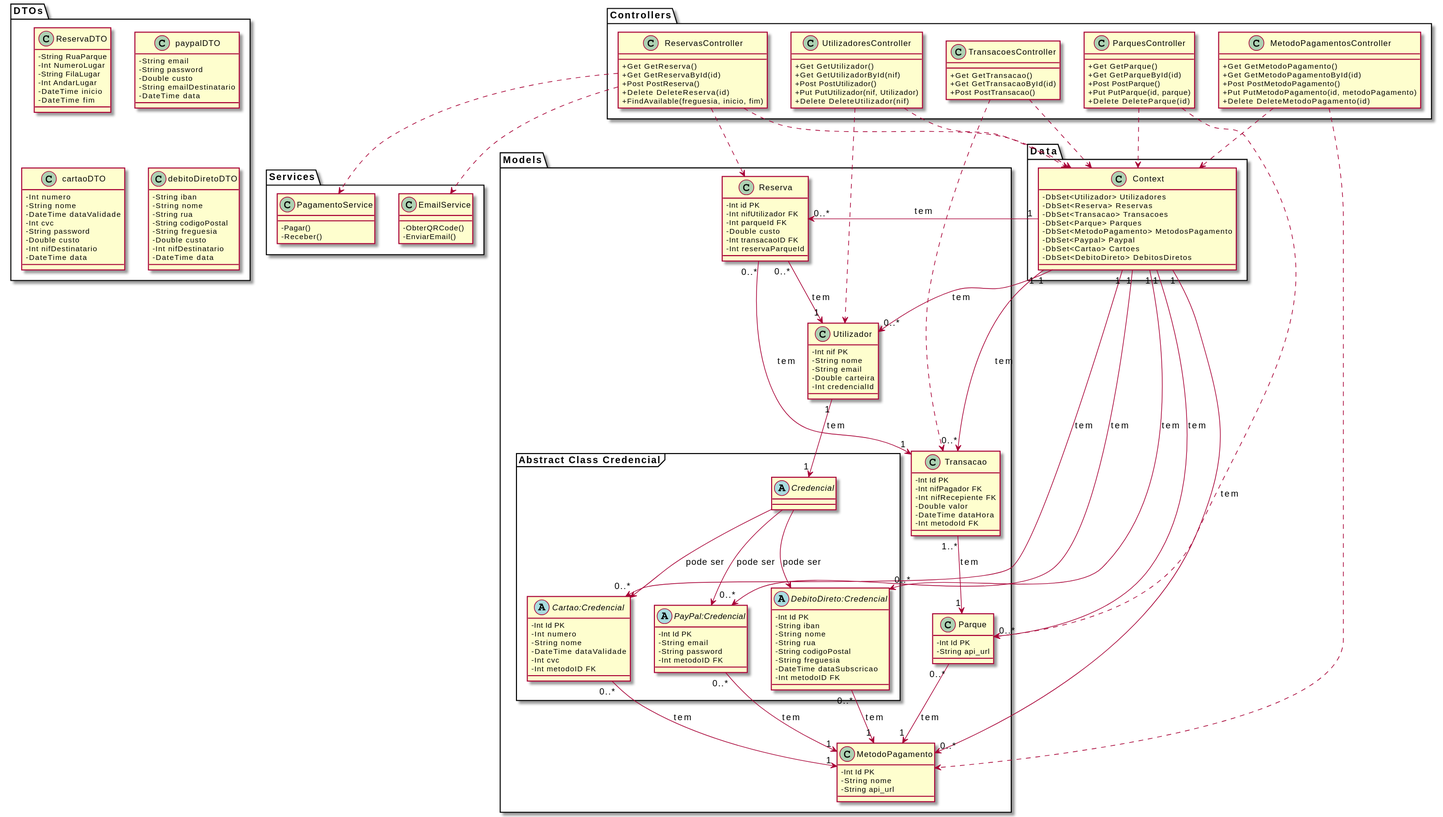
This is Documentos/Sprint3/Design OO/CD.svg from UPskillDOTNET/Jakim-das-Coives-S.A., a PlantUML export, as it was before one commit.
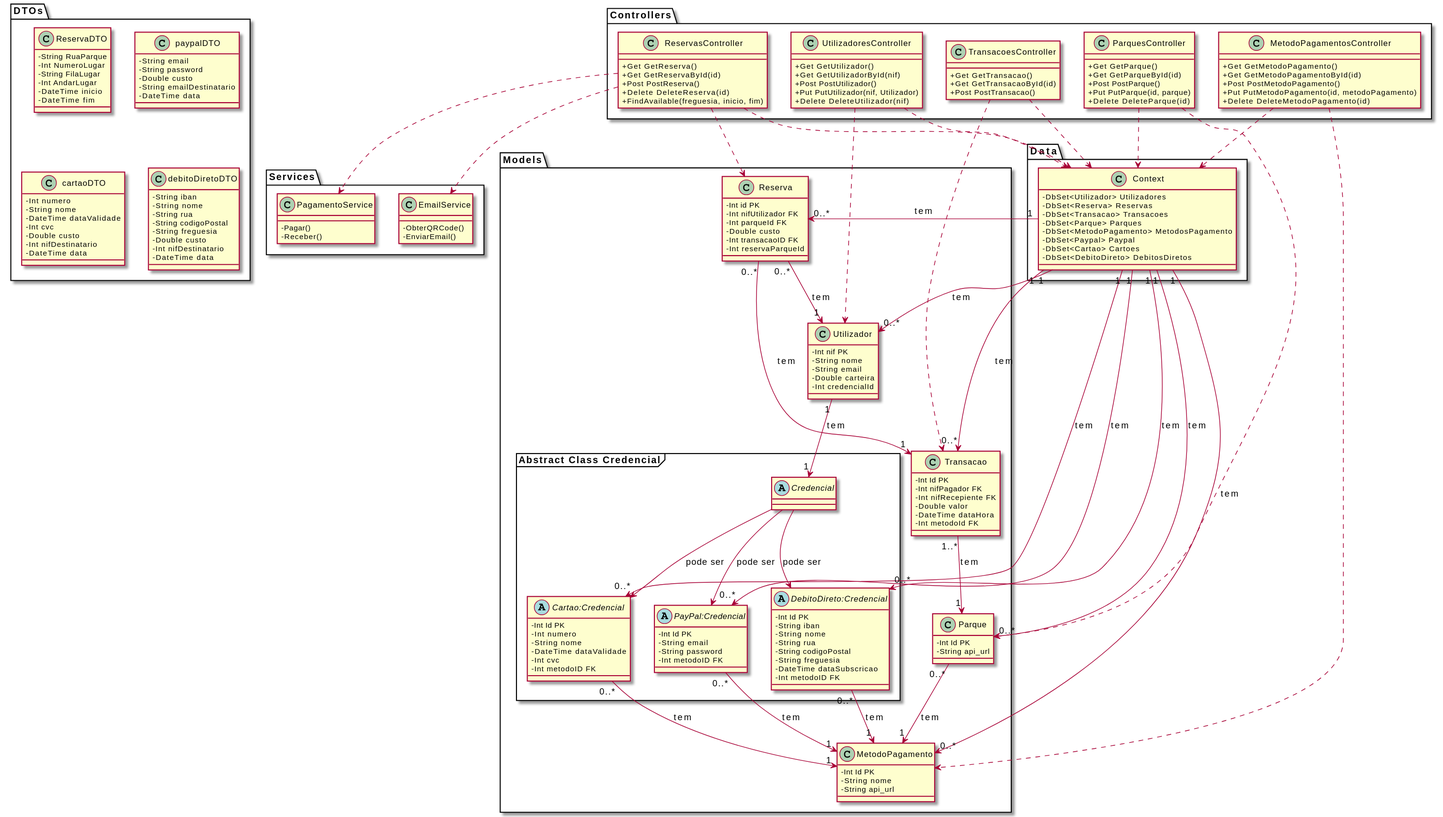
After the commit.

Diff of the diagram source:
```diff
@@ -171,7 +171,6 @@
   -String nome
   -DateTime dataValidade
   -Int cvc
-  -String password
   -Double custo
   -Int nifDestinatario
   -DateTime data
```
